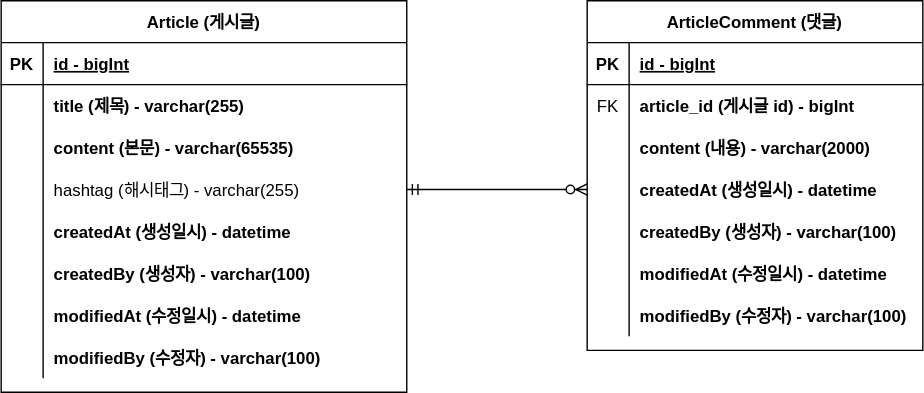
Above: document/project-board-erd.svg in sujin1018/board_project (draw.io), before the change. Source tidied: cells renumbered, new cells last; positions are measured from the earlier drawing's top-left corner, leaving out a move shared by most shapes.
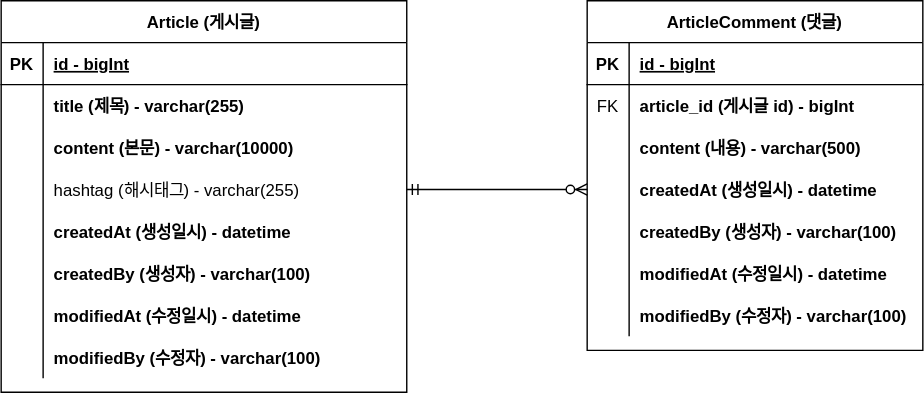
Later version of the same file.

Commit message:
#13- erd 업데이트: content 사이즈 변경

The edit, as a diff of the source:
```diff
@@ -29,7 +29,7 @@
     <mxCell id="10" style="shape=partialRectangle;fillColor=none;top=0;left=0;bottom=0;right=0;overflow=hidden;" parent="9" vertex="1">
       <mxGeometry width="30" height="30" as="geometry" />
     </mxCell>
-    <mxCell id="11" value="content (본문) - varchar(65535)" style="shape=partialRectangle;fillColor=none;top=0;left=0;bottom=0;right=0;align=left;spacingLeft=6;overflow=hidden;fontStyle=1;" parent="9" vertex="1">
+    <mxCell id="11" value="content (본문) - varchar(10000)" style="shape=partialRectangle;fillColor=none;top=0;left=0;bottom=0;right=0;align=left;spacingLeft=6;overflow=hidden;fontStyle=1;" parent="9" vertex="1">
       <mxGeometry x="30" width="260" height="30" as="geometry" />
     </mxCell>
     <mxCell id="12" style="shape=tableRow;horizontal=0;startSize=0;swimlaneHead=0;swimlaneBody=0;fillColor=none;points=[[0,0.5],[1,0.5]];portConstraint=eastwest;top=0;left=0;right=0;bottom=0;fontStyle=1;" parent="2" vertex="1">
@@ -104,7 +104,7 @@
     <mxCell id="35" style="shape=partialRectangle;fillColor=none;top=0;left=0;bottom=0;right=0;overflow=hidden;" parent="34" vertex="1">
       <mxGeometry width="30" height="30" as="geometry" />
     </mxCell>
-    <mxCell id="36" value="content (내용) - varchar(2000)" style="shape=partialRectangle;fillColor=none;top=0;left=0;bottom=0;right=0;align=left;spacingLeft=6;overflow=hidden;fontStyle=1;" parent="34" vertex="1">
+    <mxCell id="36" value="content (내용) - varchar(500)" style="shape=partialRectangle;fillColor=none;top=0;left=0;bottom=0;right=0;align=left;spacingLeft=6;overflow=hidden;fontStyle=1;" parent="34" vertex="1">
       <mxGeometry x="30" width="210" height="30" as="geometry" />
     </mxCell>
     <mxCell id="37" style="shape=tableRow;horizontal=0;startSize=0;swimlaneHead=0;swimlaneBody=0;fillColor=none;points=[[0,0.5],[1,0.5]];portConstraint=eastwest;top=0;left=0;right=0;bottom=0;" parent="27" vertex="1">
```
